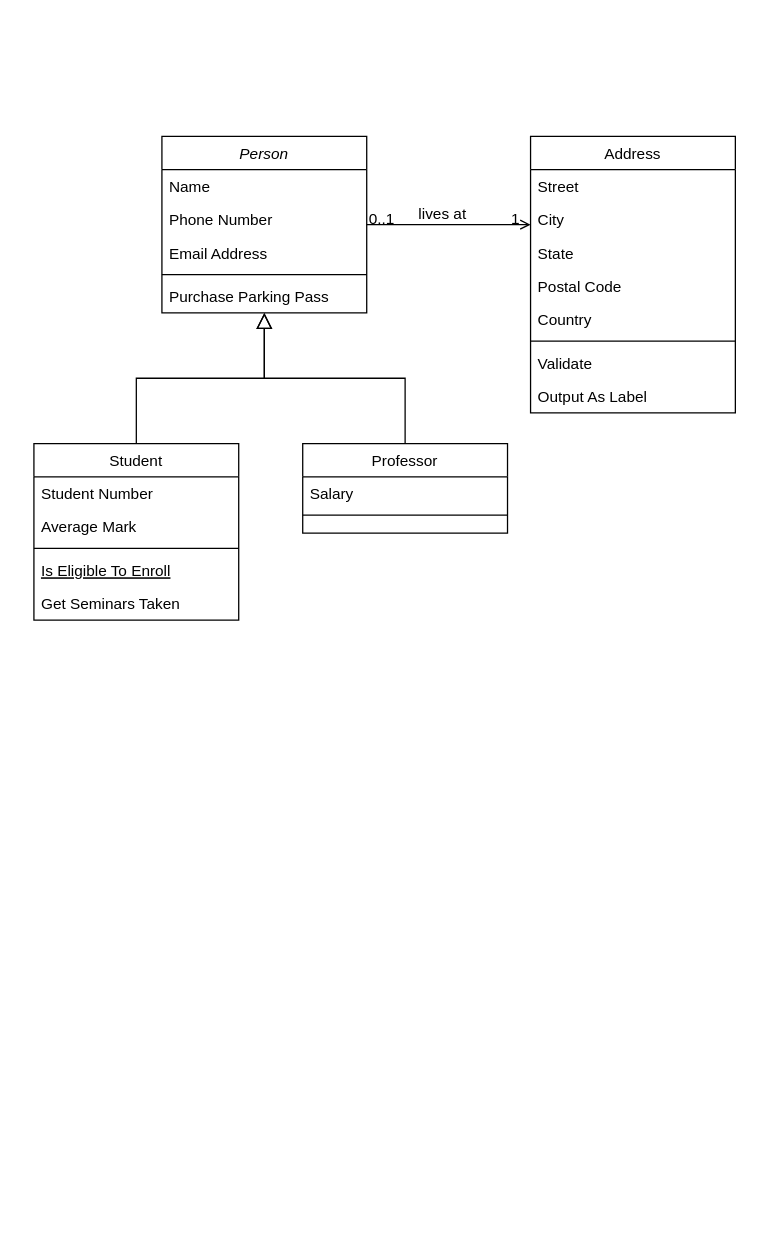
Earlier version of the draw.io diagram Untitled Diagram.drawio (Taha-Elmi/Mafia). Source tidied: cells renumbered, new cells numbered last; positions are measured from the earlier drawing's top-left corner, leaving out a move shared by most shapes. Both pictures are drawn from the tidied source at 128%, with x=0, y=0 at pixel (33, 136).
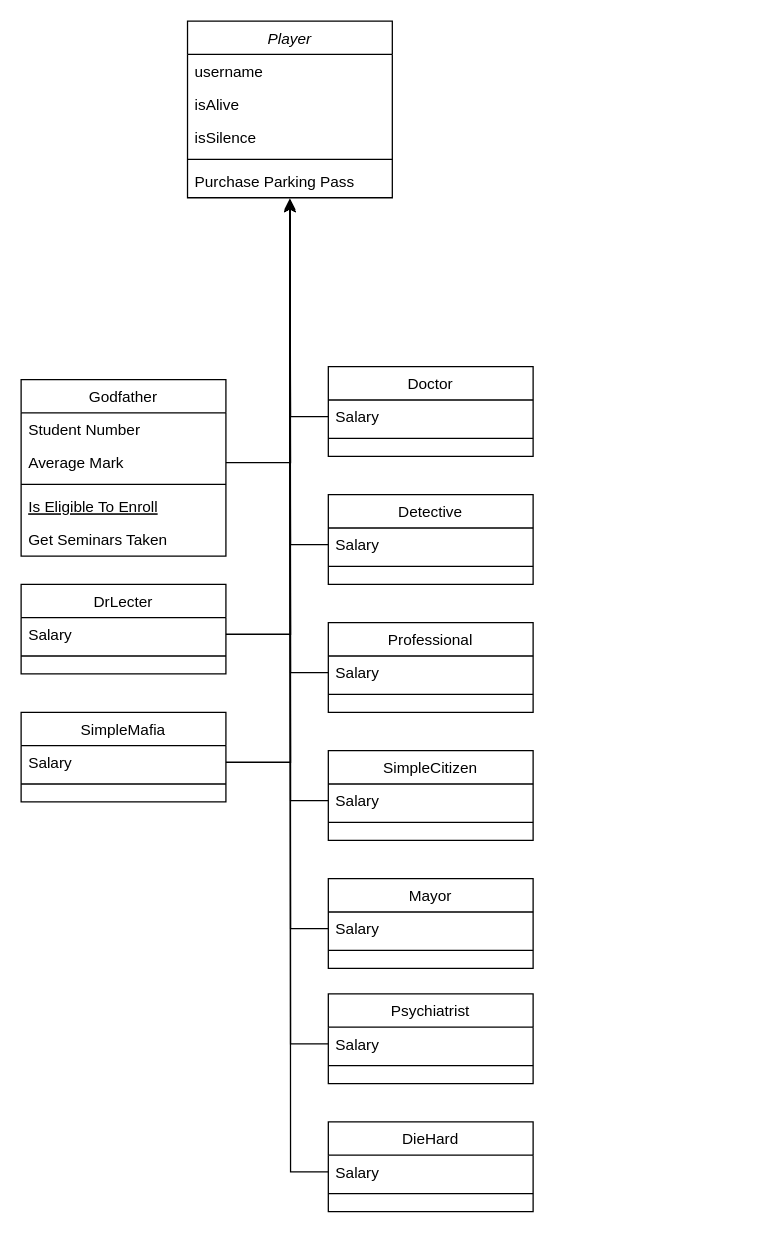
The same page after the edit.

Commit message:
feat: characters have been added to the diagram

The change refers to these unchanged cells:
```xml
<mxCell id="10" value="Average Mark" style="text;align=left;verticalAlign=top;spacingLeft=4;spacingRight=4;overflow=hidden;points=[[0,0.5],[1,0.5]];portConstraint=eastwest;rounded=0;shadow=0;html=0;" parent="8" vertex="1">
  <mxGeometry y="52" width="160" height="26" as="geometry" />
</mxCell>
<mxCell id="16" value="Salary" style="text;align=left;verticalAlign=top;spacingLeft=4;spacingRight=4;overflow=hidden;points=[[0,0.5],[1,0.5]];portConstraint=eastwest;" parent="15" vertex="1">
  <mxGeometry y="26" width="160" height="26" as="geometry" />
</mxCell>
```

The edit, as a diff of the source:
```diff
@@
-    <mxCell id="2" value="Person" style="swimlane;fontStyle=2;align=center;verticalAlign=top;horizontal=1;startSize=26;rounded=0;shadow=0;strokeWidth=1;" parent="1" vertex="1">
-      <mxGeometry x="100" width="160" height="138" as="geometry" />
+    <mxCell id="2" value="Player" style="swimlane;fontStyle=2;align=center;verticalAlign=top;horizontal=1;startSize=26;rounded=0;shadow=0;strokeWidth=1;" parent="1" vertex="1">
+      <mxGeometry x="120" y="-90" width="160" height="138" as="geometry" />
     </mxCell>
-    <mxCell id="3" value="Name" style="text;align=left;verticalAlign=top;spacingLeft=4;spacingRight=4;overflow=hidden;" parent="2" vertex="1">
+    <mxCell id="3" value="username" style="text;align=left;verticalAlign=top;spacingLeft=4;spacingRight=4;overflow=hidden;" parent="2" vertex="1">
       <mxGeometry y="26" width="160" height="26" as="geometry" />
     </mxCell>
-    <mxCell id="4" value="Phone Number" style="text;align=left;verticalAlign=top;spacingLeft=4;spacingRight=4;overflow=hidden;rounded=0;shadow=0;html=0;" parent="2" vertex="1">
+    <mxCell id="4" value="isAlive" style="text;align=left;verticalAlign=top;spacingLeft=4;spacingRight=4;overflow=hidden;rounded=0;shadow=0;html=0;" parent="2" vertex="1">
       <mxGeometry y="52" width="160" height="26" as="geometry" />
     </mxCell>
-    <mxCell id="5" value="Email Address" style="text;align=left;verticalAlign=top;spacingLeft=4;spacingRight=4;overflow=hidden;rounded=0;shadow=0;html=0;" parent="2" vertex="1">
+    <mxCell id="5" value="isSilence" style="text;align=left;verticalAlign=top;spacingLeft=4;spacingRight=4;overflow=hidden;rounded=0;shadow=0;html=0;" parent="2" vertex="1">
       <mxGeometry y="78" width="160" height="26" as="geometry" />
     </mxCell>
@@
-    <mxCell id="8" value="Student" style="swimlane;fontStyle=0;align=center;verticalAlign=top;horizontal=1;startSize=26;rounded=0;shadow=0;strokeWidth=1;" parent="1" vertex="1">
-      <mxGeometry y="240" width="160" height="138" as="geometry" />
+    <mxCell id="8" value="Godfather" style="swimlane;fontStyle=0;align=center;verticalAlign=top;horizontal=1;startSize=26;rounded=0;shadow=0;strokeWidth=1;" parent="1" vertex="1">
+      <mxGeometry x="-10" y="190" width="160" height="138" as="geometry" />
     </mxCell>
@@
-    <mxCell id="14" style="endArrow=block;endSize=10;endFill=0;shadow=0;strokeWidth=1;rounded=0;edgeStyle=elbowEdgeStyle;elbow=vertical;" parent="1" edge="1" source="8" target="2">
-      <mxGeometry relative="1" as="geometry" />
-    </mxCell>
-    <mxCell id="15" value="Professor" style="swimlane;fontStyle=0;align=center;verticalAlign=top;horizontal=1;startSize=26;rounded=0;shadow=0;strokeWidth=1;" parent="1" vertex="1">
-      <mxGeometry x="210" y="240" width="160" height="70" as="geometry" />
+    <mxCell id="15" value="DrLecter" style="swimlane;fontStyle=0;align=center;verticalAlign=top;horizontal=1;startSize=26;rounded=0;shadow=0;strokeWidth=1;" parent="1" vertex="1">
+      <mxGeometry x="-10" y="350" width="160" height="70" as="geometry" />
     </mxCell>
@@
-    <mxCell id="18" style="endArrow=block;endSize=10;endFill=0;shadow=0;strokeWidth=1;rounded=0;edgeStyle=elbowEdgeStyle;elbow=vertical;" parent="1" edge="1" source="15" target="2">
-      <mxGeometry relative="1" as="geometry" />
-    </mxCell>
-    <mxCell id="19" value="Address" style="swimlane;fontStyle=0;align=center;verticalAlign=top;horizontal=1;startSize=26;rounded=0;shadow=0;strokeWidth=1;" parent="1" vertex="1">
-      <mxGeometry x="388" width="160" height="216" as="geometry" />
-    </mxCell>
-    <mxCell id="20" value="Street" style="text;align=left;verticalAlign=top;spacingLeft=4;spacingRight=4;overflow=hidden;" parent="19" vertex="1">
-      <mxGeometry y="26" width="160" height="26" as="geometry" />
-    </mxCell>
-    <mxCell id="21" value="City" style="text;align=left;verticalAlign=top;spacingLeft=4;spacingRight=4;overflow=hidden;rounded=0;shadow=0;html=0;" parent="19" vertex="1">
-      <mxGeometry y="52" width="160" height="26" as="geometry" />
-    </mxCell>
-    <mxCell id="22" value="State" style="text;align=left;verticalAlign=top;spacingLeft=4;spacingRight=4;overflow=hidden;rounded=0;shadow=0;html=0;" parent="19" vertex="1">
-      <mxGeometry y="78" width="160" height="26" as="geometry" />
-    </mxCell>
-    <mxCell id="23" value="Postal Code" style="text;align=left;verticalAlign=top;spacingLeft=4;spacingRight=4;overflow=hidden;rounded=0;shadow=0;html=0;" parent="19" vertex="1">
-      <mxGeometry y="104" width="160" height="26" as="geometry" />
-    </mxCell>
-    <mxCell id="24" value="Country" style="text;align=left;verticalAlign=top;spacingLeft=4;spacingRight=4;overflow=hidden;rounded=0;shadow=0;html=0;" parent="19" vertex="1">
-      <mxGeometry y="130" width="160" height="26" as="geometry" />
-    </mxCell>
-    <mxCell id="25" style="line;html=1;strokeWidth=1;align=left;verticalAlign=middle;spacingTop=-1;spacingLeft=3;spacingRight=3;labelPosition=right;" parent="19" vertex="1">
-      <mxGeometry y="156" width="160" height="8" as="geometry" />
-    </mxCell>
-    <mxCell id="26" value="Validate" style="text;align=left;verticalAlign=top;spacingLeft=4;spacingRight=4;overflow=hidden;" parent="19" vertex="1">
-      <mxGeometry y="164" width="160" height="26" as="geometry" />
-    </mxCell>
-    <mxCell id="27" value="Output As Label" style="text;align=left;verticalAlign=top;spacingLeft=4;spacingRight=4;overflow=hidden;" parent="19" vertex="1">
-      <mxGeometry y="190" width="160" height="26" as="geometry" />
-    </mxCell>
-    <mxCell id="28" style="endArrow=open;shadow=0;strokeWidth=1;rounded=0;endFill=1;edgeStyle=elbowEdgeStyle;elbow=vertical;" parent="1" edge="1" source="2" target="19">
-      <mxGeometry x="0.5" y="41" relative="1" as="geometry">
-        <mxPoint x="-40" y="32" as="offset" />
-      </mxGeometry>
-    </mxCell>
-    <mxCell id="29" value="0..1" style="align=left;verticalAlign=bottom;labelBackgroundColor=none;fontSize=12;" parent="28" vertex="1">
-      <mxGeometry x="-1" relative="1" as="geometry">
-        <mxPoint y="4" as="offset" />
-      </mxGeometry>
-    </mxCell>
-    <mxCell id="30" value="1" style="align=right;verticalAlign=bottom;labelBackgroundColor=none;fontSize=12;" parent="28" vertex="1">
-      <mxGeometry x="1" relative="1" as="geometry">
-        <mxPoint x="-7" y="4" as="offset" />
-      </mxGeometry>
-    </mxCell>
-    <mxCell id="31" value="lives at" style="text;html=1;align=center;verticalAlign=middle;labelBackgroundColor=none;rounded=0;shadow=0;strokeWidth=1;fontSize=12;" parent="28" vertex="1">
-      <mxGeometry x="0.5" y="49" relative="1" as="geometry">
-        <mxPoint x="-38" y="40" as="offset" />
-      </mxGeometry>
-    </mxCell>
+    <mxCell id="32" value="Doctor" style="swimlane;fontStyle=0;align=center;verticalAlign=top;horizontal=1;startSize=26;rounded=0;shadow=0;strokeWidth=1;" parent="1" vertex="1">
+      <mxGeometry x="230" y="180" width="160" height="70" as="geometry" />
+    </mxCell>
+    <mxCell id="33" value="Salary" style="text;align=left;verticalAlign=top;spacingLeft=4;spacingRight=4;overflow=hidden;points=[[0,0.5],[1,0.5]];portConstraint=eastwest;" parent="32" vertex="1">
+      <mxGeometry y="26" width="160" height="26" as="geometry" />
+    </mxCell>
+    <mxCell id="34" style="line;html=1;strokeWidth=1;align=left;verticalAlign=middle;spacingTop=-1;spacingLeft=3;spacingRight=3;labelPosition=right;" parent="32" vertex="1">
+      <mxGeometry y="52" width="160" height="8" as="geometry" />
+    </mxCell>
+    <mxCell id="35" value="SimpleMafia" style="swimlane;fontStyle=0;align=center;verticalAlign=top;horizontal=1;startSize=26;rounded=0;shadow=0;strokeWidth=1;" parent="1" vertex="1">
+      <mxGeometry x="-10" y="450" width="160" height="70" as="geometry" />
+    </mxCell>
+    <mxCell id="36" value="Salary" style="text;align=left;verticalAlign=top;spacingLeft=4;spacingRight=4;overflow=hidden;points=[[0,0.5],[1,0.5]];portConstraint=eastwest;" parent="35" vertex="1">
+      <mxGeometry y="26" width="160" height="26" as="geometry" />
+    </mxCell>
+    <mxCell id="37" style="line;html=1;strokeWidth=1;align=left;verticalAlign=middle;spacingTop=-1;spacingLeft=3;spacingRight=3;labelPosition=right;" parent="35" vertex="1">
+      <mxGeometry y="52" width="160" height="8" as="geometry" />
+    </mxCell>
+    <mxCell id="38" value="Detective" style="swimlane;fontStyle=0;align=center;verticalAlign=top;horizontal=1;startSize=26;rounded=0;shadow=0;strokeWidth=1;" parent="1" vertex="1">
+      <mxGeometry x="230" y="280" width="160" height="70" as="geometry" />
+    </mxCell>
+    <mxCell id="39" value="Salary" style="text;align=left;verticalAlign=top;spacingLeft=4;spacingRight=4;overflow=hidden;points=[[0,0.5],[1,0.5]];portConstraint=eastwest;" parent="38" vertex="1">
+      <mxGeometry y="26" width="160" height="26" as="geometry" />
+    </mxCell>
+    <mxCell id="40" style="line;html=1;strokeWidth=1;align=left;verticalAlign=middle;spacingTop=-1;spacingLeft=3;spacingRight=3;labelPosition=right;" parent="38" vertex="1">
+      <mxGeometry y="52" width="160" height="8" as="geometry" />
+    </mxCell>
+    <mxCell id="41" value="Professional" style="swimlane;fontStyle=0;align=center;verticalAlign=top;horizontal=1;startSize=26;rounded=0;shadow=0;strokeWidth=1;" parent="1" vertex="1">
+      <mxGeometry x="230" y="380" width="160" height="70" as="geometry" />
+    </mxCell>
+    <mxCell id="42" value="Salary" style="text;align=left;verticalAlign=top;spacingLeft=4;spacingRight=4;overflow=hidden;points=[[0,0.5],[1,0.5]];portConstraint=eastwest;" parent="41" vertex="1">
+      <mxGeometry y="26" width="160" height="26" as="geometry" />
+    </mxCell>
+    <mxCell id="43" style="line;html=1;strokeWidth=1;align=left;verticalAlign=middle;spacingTop=-1;spacingLeft=3;spacingRight=3;labelPosition=right;" parent="41" vertex="1">
+      <mxGeometry y="52" width="160" height="8" as="geometry" />
+    </mxCell>
+    <mxCell id="44" value="SimpleCitizen" style="swimlane;fontStyle=0;align=center;verticalAlign=top;horizontal=1;startSize=26;rounded=0;shadow=0;strokeWidth=1;" parent="1" vertex="1">
+      <mxGeometry x="230" y="480" width="160" height="70" as="geometry" />
+    </mxCell>
+    <mxCell id="45" value="Salary" style="text;align=left;verticalAlign=top;spacingLeft=4;spacingRight=4;overflow=hidden;points=[[0,0.5],[1,0.5]];portConstraint=eastwest;" parent="44" vertex="1">
+      <mxGeometry y="26" width="160" height="26" as="geometry" />
+    </mxCell>
+    <mxCell id="46" style="line;html=1;strokeWidth=1;align=left;verticalAlign=middle;spacingTop=-1;spacingLeft=3;spacingRight=3;labelPosition=right;" parent="44" vertex="1">
+      <mxGeometry y="52" width="160" height="8" as="geometry" />
+    </mxCell>
+    <mxCell id="47" value="Mayor" style="swimlane;fontStyle=0;align=center;verticalAlign=top;horizontal=1;startSize=26;rounded=0;shadow=0;strokeWidth=1;" parent="1" vertex="1">
+      <mxGeometry x="230" y="580" width="160" height="70" as="geometry" />
+    </mxCell>
+    <mxCell id="48" value="Salary" style="text;align=left;verticalAlign=top;spacingLeft=4;spacingRight=4;overflow=hidden;points=[[0,0.5],[1,0.5]];portConstraint=eastwest;" parent="47" vertex="1">
+      <mxGeometry y="26" width="160" height="26" as="geometry" />
+    </mxCell>
+    <mxCell id="49" style="line;html=1;strokeWidth=1;align=left;verticalAlign=middle;spacingTop=-1;spacingLeft=3;spacingRight=3;labelPosition=right;" parent="47" vertex="1">
+      <mxGeometry y="52" width="160" height="8" as="geometry" />
+    </mxCell>
+    <mxCell id="50" value="Psychiatrist" style="swimlane;fontStyle=0;align=center;verticalAlign=top;horizontal=1;startSize=26;rounded=0;shadow=0;strokeWidth=1;" parent="1" vertex="1">
+      <mxGeometry x="230" y="670" width="160" height="70" as="geometry" />
+    </mxCell>
+    <mxCell id="51" value="Salary" style="text;align=left;verticalAlign=top;spacingLeft=4;spacingRight=4;overflow=hidden;points=[[0,0.5],[1,0.5]];portConstraint=eastwest;" parent="50" vertex="1">
+      <mxGeometry y="26" width="160" height="26" as="geometry" />
+    </mxCell>
+    <mxCell id="52" style="line;html=1;strokeWidth=1;align=left;verticalAlign=middle;spacingTop=-1;spacingLeft=3;spacingRight=3;labelPosition=right;" parent="50" vertex="1">
+      <mxGeometry y="52" width="160" height="8" as="geometry" />
+    </mxCell>
+    <mxCell id="53" value="DieHard" style="swimlane;fontStyle=0;align=center;verticalAlign=top;horizontal=1;startSize=26;rounded=0;shadow=0;strokeWidth=1;" parent="1" vertex="1">
+      <mxGeometry x="230" y="770" width="160" height="70" as="geometry" />
+    </mxCell>
+    <mxCell id="54" value="Salary" style="text;align=left;verticalAlign=top;spacingLeft=4;spacingRight=4;overflow=hidden;points=[[0,0.5],[1,0.5]];portConstraint=eastwest;" parent="53" vertex="1">
+      <mxGeometry y="26" width="160" height="26" as="geometry" />
+    </mxCell>
+    <mxCell id="55" style="line;html=1;strokeWidth=1;align=left;verticalAlign=middle;spacingTop=-1;spacingLeft=3;spacingRight=3;labelPosition=right;" parent="53" vertex="1">
+      <mxGeometry y="52" width="160" height="8" as="geometry" />
+    </mxCell>
+    <mxCell id="56" style="edgeStyle=orthogonalEdgeStyle;rounded=0;jettySize=auto;html=1;" parent="1" edge="1" source="33">
+      <mxGeometry relative="1" as="geometry">
+        <mxPoint x="200" y="50" as="targetPoint" />
+      </mxGeometry>
+    </mxCell>
+    <mxCell id="57" style="edgeStyle=orthogonalEdgeStyle;rounded=0;jettySize=auto;html=1;exitX=0;exitY=0.5;exitDx=0;exitDy=0;" parent="1" edge="1" source="39">
+      <mxGeometry relative="1" as="geometry">
+        <mxPoint x="200" y="50" as="targetPoint" />
+      </mxGeometry>
+    </mxCell>
+    <mxCell id="58" style="edgeStyle=orthogonalEdgeStyle;rounded=0;jettySize=auto;html=1;exitX=1;exitY=0.5;exitDx=0;exitDy=0;" parent="1" edge="1" source="16">
+      <mxGeometry relative="1" as="geometry">
+        <mxPoint x="200" y="50" as="targetPoint" />
+      </mxGeometry>
+    </mxCell>
+    <mxCell id="59" style="edgeStyle=orthogonalEdgeStyle;rounded=0;jettySize=auto;html=1;exitX=0;exitY=0.5;exitDx=0;exitDy=0;" parent="1" edge="1" source="42">
+      <mxGeometry relative="1" as="geometry">
+        <mxPoint x="200" y="50" as="targetPoint" />
+      </mxGeometry>
+    </mxCell>
+    <mxCell id="60" style="edgeStyle=orthogonalEdgeStyle;rounded=0;jettySize=auto;html=1;exitX=1;exitY=0.5;exitDx=0;exitDy=0;" parent="1" edge="1" source="36">
+      <mxGeometry relative="1" as="geometry">
+        <mxPoint x="200" y="50" as="targetPoint" />
+      </mxGeometry>
+    </mxCell>
+    <mxCell id="61" style="edgeStyle=orthogonalEdgeStyle;rounded=0;jettySize=auto;html=1;exitX=0;exitY=0.5;exitDx=0;exitDy=0;" parent="1" edge="1" source="45">
+      <mxGeometry relative="1" as="geometry">
+        <mxPoint x="200" y="50" as="targetPoint" />
+      </mxGeometry>
+    </mxCell>
+    <mxCell id="62" style="edgeStyle=orthogonalEdgeStyle;rounded=0;jettySize=auto;html=1;exitX=0;exitY=0.5;exitDx=0;exitDy=0;" parent="1" edge="1" source="48">
+      <mxGeometry relative="1" as="geometry">
+        <mxPoint x="200" y="50" as="targetPoint" />
+      </mxGeometry>
+    </mxCell>
+    <mxCell id="63" style="edgeStyle=orthogonalEdgeStyle;rounded=0;jettySize=auto;html=1;exitX=0;exitY=0.5;exitDx=0;exitDy=0;" parent="1" edge="1" source="51">
+      <mxGeometry relative="1" as="geometry">
+        <mxPoint x="200" y="50" as="targetPoint" />
+      </mxGeometry>
+    </mxCell>
+    <mxCell id="64" style="edgeStyle=orthogonalEdgeStyle;rounded=0;jettySize=auto;html=1;exitX=0;exitY=0.5;exitDx=0;exitDy=0;" parent="1" edge="1" source="54">
+      <mxGeometry relative="1" as="geometry">
+        <mxPoint x="200" y="48.4" as="targetPoint" />
+      </mxGeometry>
+    </mxCell>
+    <mxCell id="65" style="edgeStyle=orthogonalEdgeStyle;rounded=0;jettySize=auto;html=1;" parent="1" edge="1" source="10">
+      <mxGeometry relative="1" as="geometry">
+        <mxPoint x="200" y="50" as="targetPoint" />
+      </mxGeometry>
+    </mxCell>
```
